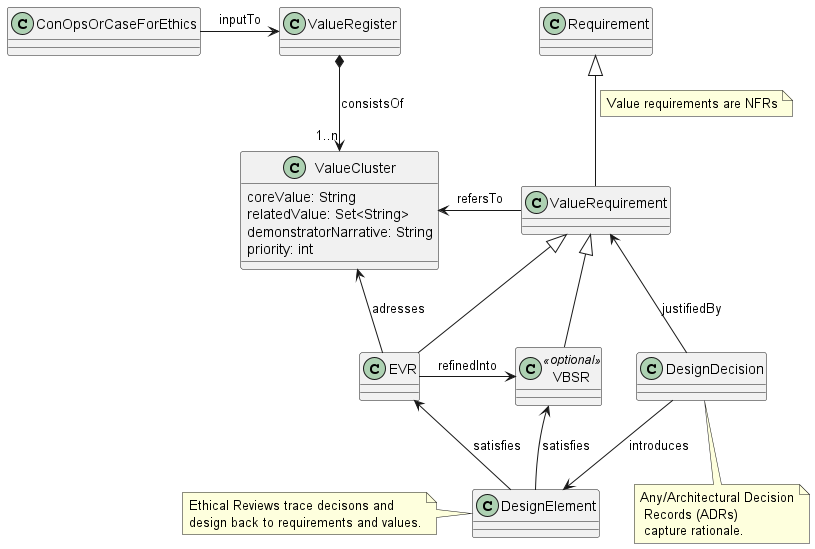
The PlantUML diagram images/ESE-ConceptsAndTraceRelations.png in ethical-se/ese-practices, before a commit. Its diagram source:
```plantuml
@startuml
class ValueRegister
class ValueCluster {
  coreValue: String
  relatedValue: Set<String>
  demonstratorNarrative: String
  priority: int
}
ConOpsOrCaseForEthics -> ValueRegister : inputTo
ValueRegister *--> "1..n" ValueCluster : consistsOf

Requirement <|-- ValueRequirement
note right on link
Value requirements are NFRs
end note
ValueRequirement <|-- EVR
ValueRequirement <|-- VBSR
ValueCluster  <- ValueRequirement : refersTo

class VBSR <<optional>>
ValueCluster <-- EVR: adresses
EVR -> VBSR : refinedInto
EVR <-- DesignElement : satisfies
VBSR <-- DesignElement : satisfies
DesignDecision -> DesignElement : introduces

note left of DesignElement : Ethical Reviews trace decisons and\ndesign back to requirements and values.
note bottom of DesignDecision : Any/Architectural Decision\n Records (ADRs)\n capture rationale.
ValueRequirement <-- DesignDecision  : justifiedBy
@enduml
```
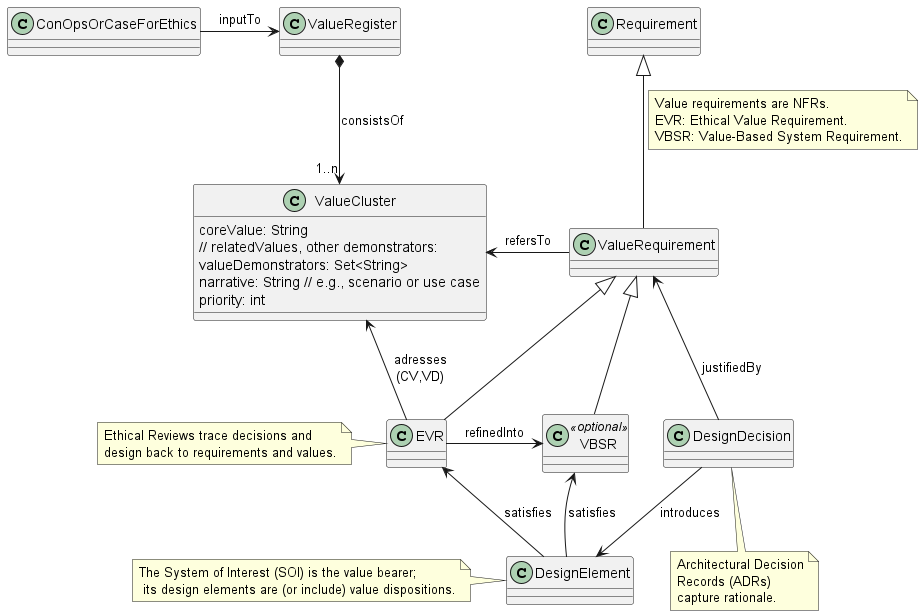
After the change.

The edit, as a diff of the source:
```diff
@@ -2,29 +2,34 @@
 class ValueRegister
 class ValueCluster {
   coreValue: String
-  relatedValue: Set<String>
-  demonstratorNarrative: String
+  // relatedValues, other demonstrators:
+  valueDemonstrators: Set<String>
+  narrative: String // e.g., scenario or use case
   priority: int
 }
 ConOpsOrCaseForEthics -> ValueRegister : inputTo
 ValueRegister *--> "1..n" ValueCluster : consistsOf
 
+
 Requirement <|-- ValueRequirement
 note right on link
-Value requirements are NFRs
+Value requirements are NFRs.
+EVR: Ethical Value Requirement.
+VBSR: Value-Based System Requirement.
 end note
 ValueRequirement <|-- EVR
 ValueRequirement <|-- VBSR
 ValueCluster  <- ValueRequirement : refersTo
 
 class VBSR <<optional>>
-ValueCluster <-- EVR: adresses
+ValueCluster <-- EVR: adresses\n(CV,VD)
 EVR -> VBSR : refinedInto
 EVR <-- DesignElement : satisfies
 VBSR <-- DesignElement : satisfies
 DesignDecision -> DesignElement : introduces
 
-note left of DesignElement : Ethical Reviews trace decisons and\ndesign back to requirements and values.
-note bottom of DesignDecision : Any/Architectural Decision\n Records (ADRs)\n capture rationale.
+note left of EVR : Ethical Reviews trace decisions and\ndesign back to requirements and values.
+note left of DesignElement : The System of Interest (SOI) is the value bearer;\n its design elements are (or include) value dispositions.
+note bottom of DesignDecision : Architectural Decision\nRecords (ADRs)\ncapture rationale.
 ValueRequirement <-- DesignDecision  : justifiedBy
 @enduml
```
